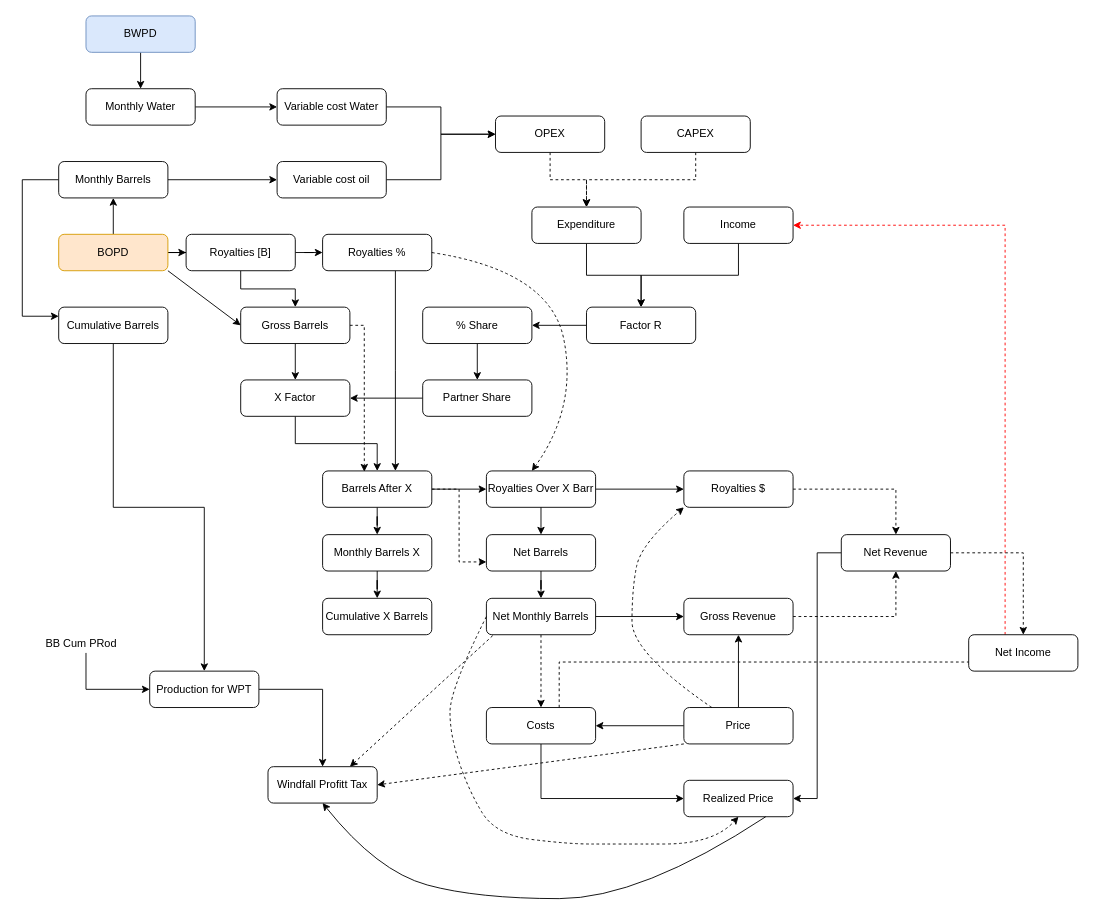
This is Untitled Diagram.drawio from estebanem97/arcangel, a draw.io file, before an edit. Source tidied: cells renumbered, new cells numbered last; positions are measured from the earlier drawing's top-left corner, leaving out a move shared by most shapes. Both pictures are drawn from the tidied source at 91%, with x=0, y=0 at pixel (22, 15).
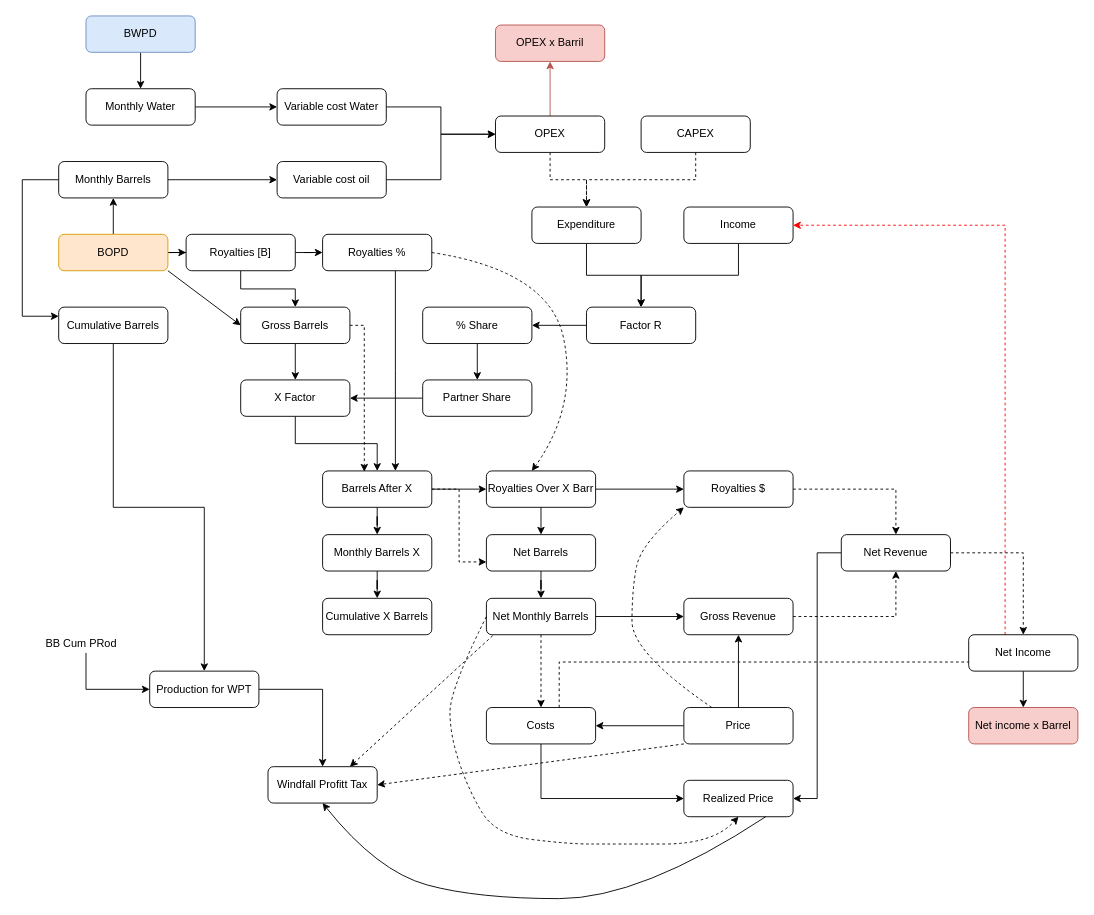
After the change.

Unchanged cells that the change refers to:
```xml
<mxCell id="76" value="Net Income" style="rounded=1;whiteSpace=wrap;html=1;fontSize=12;glass=0;strokeWidth=1;shadow=0;" parent="1" vertex="1">
  <mxGeometry x="1040" y="680" width="120" height="40" as="geometry" />
</mxCell>
<mxCell id="80" value="OPEX" style="rounded=1;whiteSpace=wrap;html=1;fontSize=12;glass=0;strokeWidth=1;shadow=0;" parent="1" vertex="1">
  <mxGeometry x="520" y="110" width="120" height="40" as="geometry" />
</mxCell>
```

Change to the diagram source:
```diff
@@
+    <mxCell id="85" style="edgeStyle=orthogonalEdgeStyle;rounded=0;jettySize=auto;html=1;exitX=0.5;exitY=1;exitDx=0;exitDy=0;entryX=0.5;entryY=0;entryDx=0;entryDy=0;" parent="1" edge="1" source="76" target="88">
+      <mxGeometry relative="1" as="geometry" />
+    </mxCell>
@@
+    <mxCell id="86" style="edgeStyle=orthogonalEdgeStyle;rounded=0;jettySize=auto;html=1;exitX=0.5;exitY=0;exitDx=0;exitDy=0;entryX=0.5;entryY=1;entryDx=0;entryDy=0;fillColor=#f8cecc;strokeColor=#b85450;" parent="1" edge="1" source="80" target="87">
+      <mxGeometry relative="1" as="geometry" />
+    </mxCell>
@@
+    <mxCell id="87" value="OPEX x Barril" style="rounded=1;whiteSpace=wrap;html=1;fontSize=12;glass=0;strokeWidth=1;shadow=0;fillColor=#f8cecc;strokeColor=#b85450;" parent="1" vertex="1">
+      <mxGeometry x="520" y="10" width="120" height="40" as="geometry" />
+    </mxCell>
+    <mxCell id="88" value="Net income x Barrel" style="rounded=1;whiteSpace=wrap;html=1;fontSize=12;glass=0;strokeWidth=1;shadow=0;fillColor=#f8cecc;strokeColor=#b85450;" parent="1" vertex="1">
+      <mxGeometry x="1040" y="760" width="120" height="40" as="geometry" />
+    </mxCell>
```
